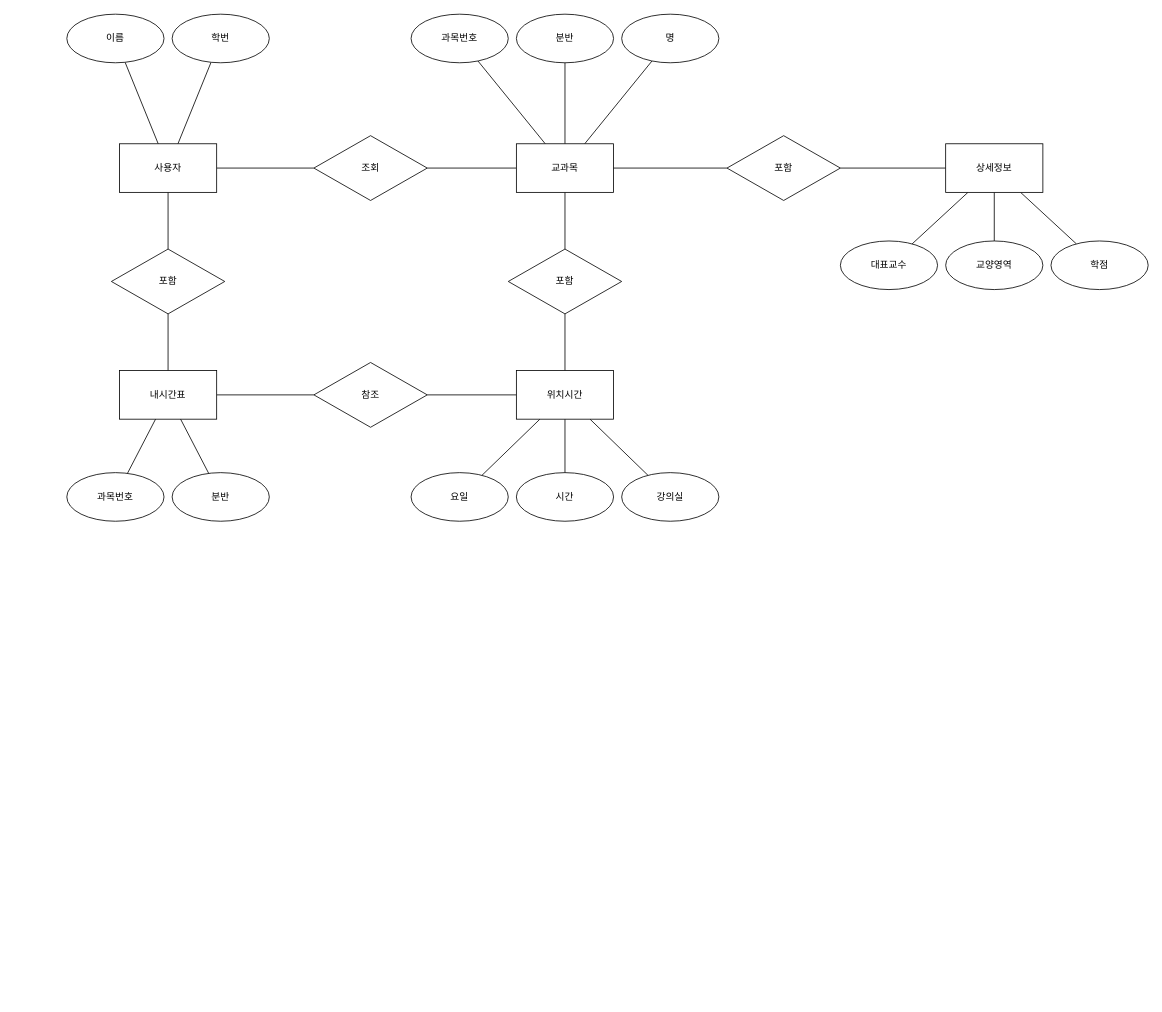
Above: Untitled Diagram.drawio in Skoooo/webmafia (draw.io), before the change. Source tidied: cells renumbered, new cells numbered last; positions are measured from the earlier drawing's top-left corner, leaving out a move shared by most shapes. Both pictures are drawn from the tidied source at 81%, with x=0, y=0 at pixel (66, 14).
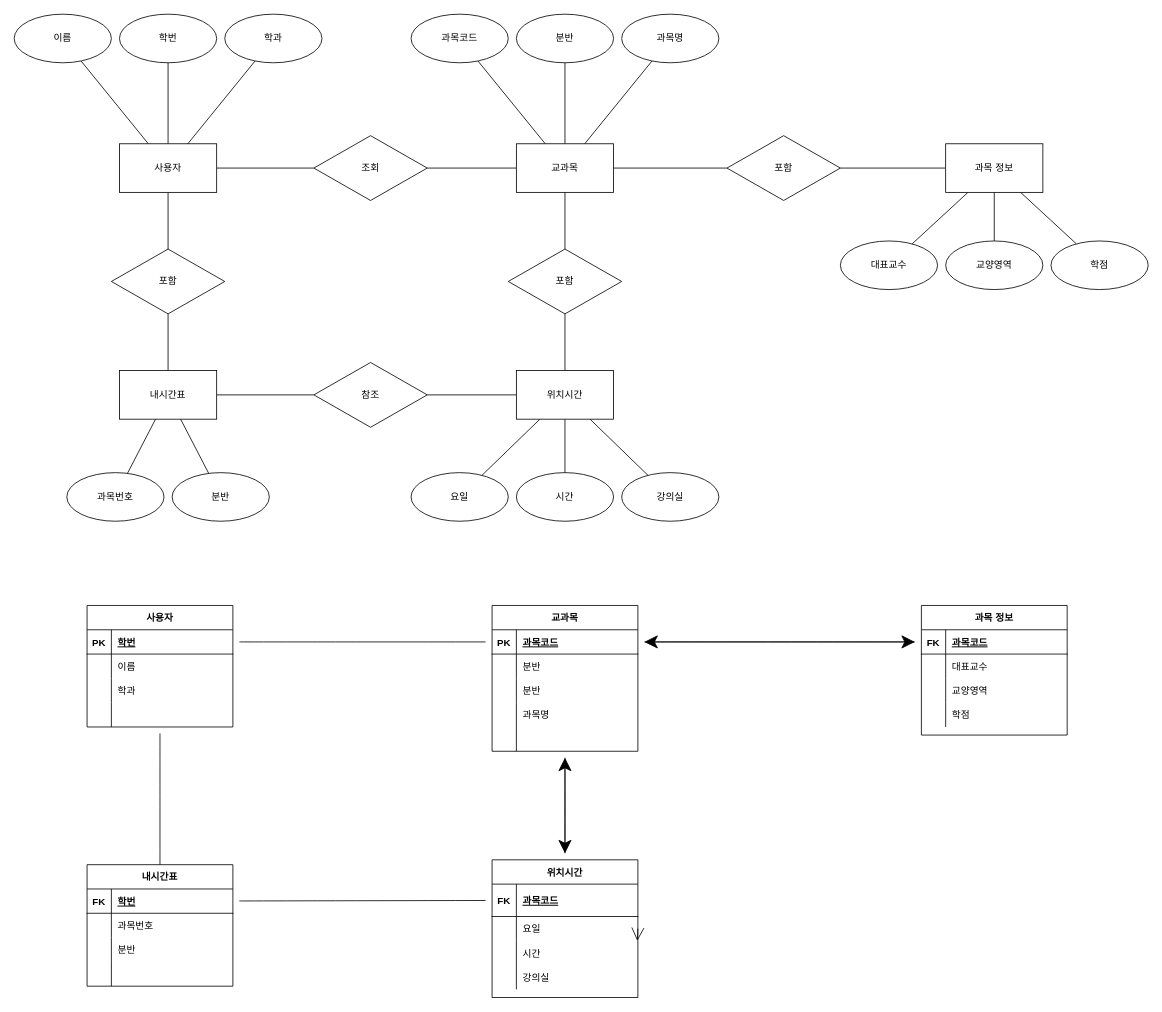
Above is the later version.

Unchanged cells that the change refers to:
```xml
<mxCell id="10" value="사용자" style="rounded=0;whiteSpace=wrap;html=1;" parent="1" vertex="1">
  <mxGeometry x="65" y="160" width="120" height="60" as="geometry" />
</mxCell>
```

Change to the diagram source:
```diff
@@
     <mxCell id="11" value="이름" style="ellipse;whiteSpace=wrap;html=1;rounded=0;" parent="1" vertex="1">
-      <mxGeometry width="120" height="60" as="geometry" />
+      <mxGeometry x="-65" width="120" height="60" as="geometry" />
     </mxCell>
     <mxCell id="12" value="학번" style="ellipse;whiteSpace=wrap;html=1;rounded=0;" parent="1" vertex="1">
-      <mxGeometry x="130" width="120" height="60" as="geometry" />
+      <mxGeometry x="65" width="120" height="60" as="geometry" />
     </mxCell>
@@
-    <mxCell id="22" value="명" style="ellipse;whiteSpace=wrap;html=1;rounded=0;" parent="1" vertex="1">
+    <mxCell id="22" value="과목명" style="ellipse;whiteSpace=wrap;html=1;rounded=0;" parent="1" vertex="1">
       <mxGeometry x="685" width="120" height="60" as="geometry" />
     </mxCell>
-    <mxCell id="23" value="과목번호" style="ellipse;whiteSpace=wrap;html=1;rounded=0;" parent="1" vertex="1">
+    <mxCell id="23" value="과목코드" style="ellipse;whiteSpace=wrap;html=1;rounded=0;" parent="1" vertex="1">
       <mxGeometry x="425" width="120" height="60" as="geometry" />
     </mxCell>
@@
-    <mxCell id="38" value="상세정보" style="rounded=0;whiteSpace=wrap;html=1;" parent="1" vertex="1">
+    <mxCell id="38" value="과목 정보" style="rounded=0;whiteSpace=wrap;html=1;" parent="1" vertex="1">
       <mxGeometry x="1085" y="160" width="120" height="60" as="geometry" />
     </mxCell>
@@
+    <mxCell id="51" value="사용자" style="shape=table;startSize=30;childLayout=tableLayout;rowLines=0;fontStyle=1;align=center;hachureGap=4;" parent="1" vertex="1">
+      <mxGeometry x="25" y="730" width="180" height="150" as="geometry" />
+    </mxCell>
+    <mxCell id="52" style="shape=partialRectangle;fillColor=none;top=0;left=0;bottom=1;right=0;points=[[0,0.5],[1,0.5]];portConstraint=eastwest;" parent="51" vertex="1">
+      <mxGeometry y="30" width="180" height="30" as="geometry" />
+    </mxCell>
+    <mxCell id="53" value="PK" style="shape=partialRectangle;fillColor=none;top=0;left=0;bottom=0;right=0;fontStyle=1;overflow=hidden;" parent="52" vertex="1">
+      <mxGeometry width="30" height="30" as="geometry" />
+    </mxCell>
+    <mxCell id="54" value="학번" style="shape=partialRectangle;fillColor=none;top=0;left=0;bottom=0;right=0;align=left;spacingLeft=6;fontStyle=5;overflow=hidden;" parent="52" vertex="1">
+      <mxGeometry x="30" width="150" height="30" as="geometry" />
+    </mxCell>
+    <mxCell id="55" style="shape=partialRectangle;fillColor=none;top=0;left=0;bottom=0;right=0;points=[[0,0.5],[1,0.5]];portConstraint=eastwest;" parent="51" vertex="1">
+      <mxGeometry y="60" width="180" height="30" as="geometry" />
+    </mxCell>
+    <mxCell id="56" style="shape=partialRectangle;fillColor=none;top=0;left=0;bottom=0;right=0;overflow=hidden;" parent="55" vertex="1">
+      <mxGeometry width="30" height="30" as="geometry" />
+    </mxCell>
+    <mxCell id="57" value="이름" style="shape=partialRectangle;fillColor=none;top=0;left=0;bottom=0;right=0;align=left;spacingLeft=6;overflow=hidden;" parent="55" vertex="1">
+      <mxGeometry x="30" width="150" height="30" as="geometry" />
+    </mxCell>
+    <mxCell id="58" style="shape=partialRectangle;fillColor=none;top=0;left=0;bottom=0;right=0;" parent="51" vertex="1">
+      <mxGeometry y="90" width="180" height="30" as="geometry" />
+    </mxCell>
+    <mxCell id="59" style="shape=partialRectangle;fillColor=none;top=0;left=0;bottom=0;right=0;overflow=hidden;" parent="58" vertex="1">
+      <mxGeometry width="30" height="30" as="geometry" />
+    </mxCell>
+    <mxCell id="60" value="학과" style="shape=partialRectangle;fillColor=none;top=0;left=0;bottom=0;right=0;align=left;spacingLeft=6;overflow=hidden;" parent="58" vertex="1">
+      <mxGeometry x="30" width="150" height="30" as="geometry" />
+    </mxCell>
+    <mxCell id="61" style="shape=partialRectangle;fillColor=none;top=0;left=0;bottom=0;right=0;points=[[0,0.5],[1,0.5]];portConstraint=eastwest;" parent="51" vertex="1">
+      <mxGeometry y="120" width="180" height="30" as="geometry" />
+    </mxCell>
+    <mxCell id="62" style="shape=partialRectangle;fillColor=none;top=0;left=0;bottom=0;right=0;overflow=hidden;" parent="61" vertex="1">
+      <mxGeometry width="30" height="30" as="geometry" />
+    </mxCell>
+    <mxCell id="63" style="shape=partialRectangle;fillColor=none;top=0;left=0;bottom=0;right=0;align=left;spacingLeft=6;overflow=hidden;" parent="61" vertex="1">
+      <mxGeometry x="30" width="150" height="30" as="geometry" />
+    </mxCell>
+    <mxCell id="64" value="학과" style="ellipse;whiteSpace=wrap;html=1;rounded=0;" parent="1" vertex="1">
+      <mxGeometry x="195" width="120" height="60" as="geometry" />
+    </mxCell>
+    <mxCell id="65" style="rounded=0;jettySize=auto;html=1;endArrow=none;endFill=0;" parent="1" edge="1" source="10" target="64">
+      <mxGeometry relative="1" as="geometry" />
+    </mxCell>
+    <mxCell id="66" value="교과목" style="shape=table;startSize=30;childLayout=tableLayout;rowLines=0;fontStyle=1;align=center;hachureGap=4;" parent="1" vertex="1">
+      <mxGeometry x="525" y="730" width="180" height="180" as="geometry" />
+    </mxCell>
+    <mxCell id="67" style="shape=partialRectangle;fillColor=none;top=0;left=0;bottom=1;right=0;points=[[0,0.5],[1,0.5]];portConstraint=eastwest;" parent="66" vertex="1">
+      <mxGeometry y="30" width="180" height="30" as="geometry" />
+    </mxCell>
+    <mxCell id="68" value="PK" style="shape=partialRectangle;fillColor=none;top=0;left=0;bottom=0;right=0;fontStyle=1;overflow=hidden;" parent="67" vertex="1">
+      <mxGeometry width="30" height="30" as="geometry" />
+    </mxCell>
+    <mxCell id="69" value="과목코드" style="shape=partialRectangle;fillColor=none;top=0;left=0;bottom=0;right=0;align=left;spacingLeft=6;fontStyle=5;overflow=hidden;" parent="67" vertex="1">
+      <mxGeometry x="30" width="150" height="30" as="geometry" />
+    </mxCell>
+    <mxCell id="70" style="shape=partialRectangle;fillColor=none;top=0;left=0;bottom=0;right=0;" parent="66" vertex="1">
+      <mxGeometry y="60" width="180" height="30" as="geometry" />
+    </mxCell>
+    <mxCell id="71" style="shape=partialRectangle;fillColor=none;top=0;left=0;bottom=0;right=0;overflow=hidden;" parent="70" vertex="1">
+      <mxGeometry width="30" height="30" as="geometry" />
+    </mxCell>
+    <mxCell id="72" value="분반" style="shape=partialRectangle;fillColor=none;top=0;left=0;bottom=0;right=0;align=left;spacingLeft=6;overflow=hidden;" parent="70" vertex="1">
+      <mxGeometry x="30" width="150" height="30" as="geometry" />
+    </mxCell>
+    <mxCell id="73" style="shape=partialRectangle;fillColor=none;top=0;left=0;bottom=0;right=0;" parent="66" vertex="1">
+      <mxGeometry y="90" width="180" height="30" as="geometry" />
+    </mxCell>
+    <mxCell id="74" style="shape=partialRectangle;fillColor=none;top=0;left=0;bottom=0;right=0;overflow=hidden;" parent="73" vertex="1">
+      <mxGeometry width="30" height="30" as="geometry" />
+    </mxCell>
+    <mxCell id="75" value="분반" style="shape=partialRectangle;fillColor=none;top=0;left=0;bottom=0;right=0;align=left;spacingLeft=6;overflow=hidden;" parent="73" vertex="1">
+      <mxGeometry x="30" width="150" height="30" as="geometry" />
+    </mxCell>
+    <mxCell id="76" style="shape=partialRectangle;fillColor=none;top=0;left=0;bottom=0;right=0;" parent="66" vertex="1">
+      <mxGeometry y="120" width="180" height="30" as="geometry" />
+    </mxCell>
+    <mxCell id="77" style="shape=partialRectangle;fillColor=none;top=0;left=0;bottom=0;right=0;overflow=hidden;" parent="76" vertex="1">
+      <mxGeometry width="30" height="30" as="geometry" />
+    </mxCell>
+    <mxCell id="78" value="과목명" style="shape=partialRectangle;fillColor=none;top=0;left=0;bottom=0;right=0;align=left;spacingLeft=6;overflow=hidden;" parent="76" vertex="1">
+      <mxGeometry x="30" width="150" height="30" as="geometry" />
+    </mxCell>
+    <mxCell id="79" style="shape=partialRectangle;fillColor=none;top=0;left=0;bottom=0;right=0;points=[[0,0.5],[1,0.5]];portConstraint=eastwest;" parent="66" vertex="1">
+      <mxGeometry y="150" width="180" height="30" as="geometry" />
+    </mxCell>
+    <mxCell id="80" style="shape=partialRectangle;fillColor=none;top=0;left=0;bottom=0;right=0;overflow=hidden;" parent="79" vertex="1">
+      <mxGeometry width="30" height="30" as="geometry" />
+    </mxCell>
+    <mxCell id="81" style="shape=partialRectangle;fillColor=none;top=0;left=0;bottom=0;right=0;align=left;spacingLeft=6;overflow=hidden;" parent="79" vertex="1">
+      <mxGeometry x="30" width="150" height="30" as="geometry" />
+    </mxCell>
+    <mxCell id="82" value="과목 정보" style="shape=table;startSize=30;childLayout=tableLayout;rowLines=0;fontStyle=1;align=center;hachureGap=4;" parent="1" vertex="1">
+      <mxGeometry x="1055" y="730" width="180" height="160" as="geometry" />
+    </mxCell>
+    <mxCell id="83" style="shape=partialRectangle;fillColor=none;top=0;left=0;bottom=1;right=0;points=[[0,0.5],[1,0.5]];portConstraint=eastwest;" parent="82" vertex="1">
+      <mxGeometry y="30" width="180" height="30" as="geometry" />
+    </mxCell>
+    <mxCell id="84" value="FK" style="shape=partialRectangle;fillColor=none;top=0;left=0;bottom=0;right=0;fontStyle=1;overflow=hidden;" parent="83" vertex="1">
+      <mxGeometry width="30" height="30" as="geometry" />
+    </mxCell>
+    <mxCell id="85" value="과목코드" style="shape=partialRectangle;fillColor=none;top=0;left=0;bottom=0;right=0;align=left;spacingLeft=6;fontStyle=5;overflow=hidden;" parent="83" vertex="1">
+      <mxGeometry x="30" width="150" height="30" as="geometry" />
+    </mxCell>
+    <mxCell id="86" style="shape=partialRectangle;fillColor=none;top=0;left=0;bottom=0;right=0;strokeColor=default;" parent="82" vertex="1">
+      <mxGeometry y="60" width="180" height="30" as="geometry" />
+    </mxCell>
+    <mxCell id="87" style="shape=partialRectangle;fillColor=none;top=0;left=0;bottom=0;right=0;overflow=hidden;" parent="86" vertex="1">
+      <mxGeometry width="30" height="30" as="geometry" />
+    </mxCell>
+    <mxCell id="88" value="대표교수" style="shape=partialRectangle;fillColor=none;top=0;left=0;bottom=0;right=0;align=left;spacingLeft=6;overflow=hidden;" parent="86" vertex="1">
+      <mxGeometry x="30" width="150" height="30" as="geometry" />
+    </mxCell>
+    <mxCell id="89" style="shape=partialRectangle;fillColor=none;top=0;left=0;bottom=0;right=0;" parent="82" vertex="1">
+      <mxGeometry y="90" width="180" height="30" as="geometry" />
+    </mxCell>
+    <mxCell id="90" style="shape=partialRectangle;fillColor=none;top=0;left=0;bottom=0;right=0;overflow=hidden;" parent="89" vertex="1">
+      <mxGeometry width="30" height="30" as="geometry" />
+    </mxCell>
+    <mxCell id="91" value="교양영역" style="shape=partialRectangle;fillColor=none;top=0;left=0;bottom=0;right=0;align=left;spacingLeft=6;overflow=hidden;" parent="89" vertex="1">
+      <mxGeometry x="30" width="150" height="30" as="geometry" />
+    </mxCell>
+    <mxCell id="92" style="shape=partialRectangle;fillColor=none;top=0;left=0;bottom=0;right=0;" parent="82" vertex="1">
+      <mxGeometry y="120" width="180" height="30" as="geometry" />
+    </mxCell>
+    <mxCell id="93" style="shape=partialRectangle;fillColor=none;top=0;left=0;bottom=0;right=0;overflow=hidden;" parent="92" vertex="1">
+      <mxGeometry width="30" height="30" as="geometry" />
+    </mxCell>
+    <mxCell id="94" value="학점" style="shape=partialRectangle;fillColor=none;top=0;left=0;bottom=0;right=0;align=left;spacingLeft=6;overflow=hidden;" parent="92" vertex="1">
+      <mxGeometry x="30" width="150" height="30" as="geometry" />
+    </mxCell>
+    <mxCell id="95" value="내시간표" style="shape=table;startSize=30;childLayout=tableLayout;rowLines=0;fontStyle=1;align=center;hachureGap=4;" parent="1" vertex="1">
+      <mxGeometry x="25" y="1050" width="180" height="150" as="geometry" />
+    </mxCell>
+    <mxCell id="96" style="shape=partialRectangle;fillColor=none;top=0;left=0;bottom=1;right=0;points=[[0,0.5],[1,0.5]];portConstraint=eastwest;" parent="95" vertex="1">
+      <mxGeometry y="30" width="180" height="30" as="geometry" />
+    </mxCell>
+    <mxCell id="97" value="FK" style="shape=partialRectangle;fillColor=none;top=0;left=0;bottom=0;right=0;fontStyle=1;overflow=hidden;" parent="96" vertex="1">
+      <mxGeometry width="30" height="30" as="geometry" />
+    </mxCell>
+    <mxCell id="98" value="학번" style="shape=partialRectangle;fillColor=none;top=0;left=0;bottom=0;right=0;align=left;spacingLeft=6;fontStyle=5;overflow=hidden;" parent="96" vertex="1">
+      <mxGeometry x="30" width="150" height="30" as="geometry" />
+    </mxCell>
+    <mxCell id="99" style="shape=partialRectangle;fillColor=none;top=0;left=0;bottom=0;right=0;" parent="95" vertex="1">
+      <mxGeometry y="60" width="180" height="30" as="geometry" />
+    </mxCell>
+    <mxCell id="100" style="shape=partialRectangle;fillColor=none;top=0;left=0;bottom=0;right=0;overflow=hidden;" parent="99" vertex="1">
+      <mxGeometry width="30" height="30" as="geometry" />
+    </mxCell>
+    <mxCell id="101" value="과목번호" style="shape=partialRectangle;fillColor=none;top=0;left=0;bottom=0;right=0;align=left;spacingLeft=6;overflow=hidden;" parent="99" vertex="1">
+      <mxGeometry x="30" width="150" height="30" as="geometry" />
+    </mxCell>
+    <mxCell id="102" style="shape=partialRectangle;fillColor=none;top=0;left=0;bottom=0;right=0;" parent="95" vertex="1">
+      <mxGeometry y="90" width="180" height="30" as="geometry" />
+    </mxCell>
+    <mxCell id="103" style="shape=partialRectangle;fillColor=none;top=0;left=0;bottom=0;right=0;overflow=hidden;" parent="102" vertex="1">
+      <mxGeometry width="30" height="30" as="geometry" />
+    </mxCell>
+    <mxCell id="104" value="분반" style="shape=partialRectangle;fillColor=none;top=0;left=0;bottom=0;right=0;align=left;spacingLeft=6;overflow=hidden;" parent="102" vertex="1">
+      <mxGeometry x="30" width="150" height="30" as="geometry" />
+    </mxCell>
+    <mxCell id="105" style="shape=partialRectangle;fillColor=none;top=0;left=0;bottom=0;right=0;" parent="95" vertex="1">
+      <mxGeometry y="120" width="180" height="30" as="geometry" />
+    </mxCell>
+    <mxCell id="106" style="shape=partialRectangle;fillColor=none;top=0;left=0;bottom=0;right=0;overflow=hidden;" parent="105" vertex="1">
+      <mxGeometry width="30" height="30" as="geometry" />
+    </mxCell>
+    <mxCell id="107" style="shape=partialRectangle;fillColor=none;top=0;left=0;bottom=0;right=0;align=left;spacingLeft=6;overflow=hidden;" parent="105" vertex="1">
+      <mxGeometry x="30" width="150" height="30" as="geometry" />
+    </mxCell>
+    <mxCell id="108" style="edgeStyle=none;curved=1;rounded=0;jettySize=auto;html=1;endArrow=classic;endFill=1;startSize=14;endSize=14;sourcePerimeterSpacing=8;targetPerimeterSpacing=8;" parent="1" edge="1" source="109" target="79">
+      <mxGeometry relative="1" as="geometry" />
+    </mxCell>
+    <mxCell id="109" value="위치시간" style="shape=table;startSize=30;childLayout=tableLayout;rowLines=0;fontStyle=1;align=center;hachureGap=4;strokeColor=default;" parent="1" vertex="1">
+      <mxGeometry x="525" y="1044" width="180" height="170" as="geometry" />
+    </mxCell>
+    <mxCell id="110" style="shape=partialRectangle;fillColor=none;top=0;left=0;bottom=1;right=0;points=[[0,0.5],[1,0.5]];portConstraint=eastwest;" parent="109" vertex="1">
+      <mxGeometry y="30" width="180" height="40" as="geometry" />
+    </mxCell>
+    <mxCell id="111" value="FK" style="shape=partialRectangle;fillColor=none;top=0;left=0;bottom=0;right=0;fontStyle=1;overflow=hidden;" parent="110" vertex="1">
+      <mxGeometry width="30" height="40" as="geometry" />
+    </mxCell>
+    <mxCell id="112" value="과목코드" style="shape=partialRectangle;fillColor=none;top=0;left=0;bottom=0;right=0;align=left;spacingLeft=6;fontStyle=5;overflow=hidden;" parent="110" vertex="1">
+      <mxGeometry x="30" width="150" height="40" as="geometry" />
+    </mxCell>
+    <mxCell id="113" style="edgeStyle=none;curved=1;rounded=0;jettySize=auto;html=1;exitX=1;exitY=0.5;exitDx=0;exitDy=0;entryX=0.996;entryY=0;entryDx=0;entryDy=0;entryPerimeter=0;endArrow=open;startSize=14;endSize=14;sourcePerimeterSpacing=8;targetPerimeterSpacing=8;" parent="109" edge="1" source="114" target="117">
+      <mxGeometry relative="1" as="geometry" />
+    </mxCell>
+    <mxCell id="114" style="shape=partialRectangle;fillColor=none;top=0;left=0;bottom=0;right=0;points=[[0,0.5],[1,0.5]];portConstraint=eastwest;" parent="109" vertex="1">
+      <mxGeometry y="70" width="180" height="30" as="geometry" />
+    </mxCell>
+    <mxCell id="115" style="shape=partialRectangle;fillColor=none;top=0;left=0;bottom=0;right=0;overflow=hidden;" parent="114" vertex="1">
+      <mxGeometry width="30" height="30" as="geometry" />
+    </mxCell>
+    <mxCell id="116" value="요일" style="shape=partialRectangle;fillColor=none;top=0;left=0;bottom=0;right=0;align=left;spacingLeft=6;overflow=hidden;" parent="114" vertex="1">
+      <mxGeometry x="30" width="150" height="30" as="geometry" />
+    </mxCell>
+    <mxCell id="117" style="shape=partialRectangle;fillColor=none;top=0;left=0;bottom=0;right=0;points=[[0,0.5],[1,0.5]];portConstraint=eastwest;" parent="109" vertex="1">
+      <mxGeometry y="100" width="180" height="30" as="geometry" />
+    </mxCell>
+    <mxCell id="118" style="shape=partialRectangle;fillColor=none;top=0;left=0;bottom=0;right=0;overflow=hidden;" parent="117" vertex="1">
+      <mxGeometry width="30" height="30" as="geometry" />
+    </mxCell>
+    <mxCell id="119" value="시간" style="shape=partialRectangle;fillColor=none;top=0;left=0;bottom=0;right=0;align=left;spacingLeft=6;overflow=hidden;" parent="117" vertex="1">
+      <mxGeometry x="30" width="150" height="30" as="geometry" />
+    </mxCell>
+    <mxCell id="120" style="shape=partialRectangle;fillColor=none;top=0;left=0;bottom=0;right=0;" parent="109" vertex="1">
+      <mxGeometry y="130" width="180" height="30" as="geometry" />
+    </mxCell>
+    <mxCell id="121" style="shape=partialRectangle;fillColor=none;top=0;left=0;bottom=0;right=0;overflow=hidden;" parent="120" vertex="1">
+      <mxGeometry width="30" height="30" as="geometry" />
+    </mxCell>
+    <mxCell id="122" value="강의실" style="shape=partialRectangle;fillColor=none;top=0;left=0;bottom=0;right=0;align=left;spacingLeft=6;overflow=hidden;" parent="120" vertex="1">
+      <mxGeometry x="30" width="150" height="30" as="geometry" />
+    </mxCell>
+    <mxCell id="123" style="edgeStyle=none;curved=1;rounded=0;jettySize=auto;html=1;endArrow=open;startSize=14;endSize=14;sourcePerimeterSpacing=8;targetPerimeterSpacing=8;strokeColor=none;" parent="1" edge="1" source="55" target="66">
+      <mxGeometry relative="1" as="geometry" />
+    </mxCell>
+    <mxCell id="124" style="edgeStyle=none;curved=1;rounded=0;jettySize=auto;html=1;endArrow=none;startSize=14;endSize=14;sourcePerimeterSpacing=8;targetPerimeterSpacing=8;endFill=0;" parent="1" edge="1" source="52" target="67">
+      <mxGeometry relative="1" as="geometry" />
+    </mxCell>
+    <mxCell id="125" style="edgeStyle=none;curved=1;rounded=0;jettySize=auto;html=1;endArrow=classic;endFill=1;startSize=14;endSize=14;sourcePerimeterSpacing=8;targetPerimeterSpacing=8;" parent="1" edge="1" source="67" target="83">
+      <mxGeometry relative="1" as="geometry" />
+    </mxCell>
+    <mxCell id="126" style="edgeStyle=none;curved=1;rounded=0;jettySize=auto;html=1;endArrow=classic;endFill=1;startSize=14;endSize=14;sourcePerimeterSpacing=8;targetPerimeterSpacing=8;" parent="1" edge="1" source="83" target="67">
+      <mxGeometry relative="1" as="geometry" />
+    </mxCell>
+    <mxCell id="127" style="edgeStyle=none;curved=1;rounded=0;jettySize=auto;html=1;endArrow=classic;endFill=1;startSize=14;endSize=14;sourcePerimeterSpacing=8;targetPerimeterSpacing=8;" parent="1" edge="1" source="79" target="109">
+      <mxGeometry relative="1" as="geometry" />
+    </mxCell>
+    <mxCell id="128" style="edgeStyle=none;curved=1;rounded=0;jettySize=auto;html=1;entryX=0.5;entryY=0;entryDx=0;entryDy=0;endArrow=none;endFill=0;startSize=14;endSize=14;sourcePerimeterSpacing=8;targetPerimeterSpacing=8;" parent="1" edge="1" source="61" target="95">
+      <mxGeometry relative="1" as="geometry" />
+    </mxCell>
+    <mxCell id="129" style="edgeStyle=none;curved=1;rounded=0;jettySize=auto;html=1;endArrow=none;endFill=0;startSize=14;endSize=14;sourcePerimeterSpacing=8;targetPerimeterSpacing=8;" parent="1" edge="1" source="96" target="110">
+      <mxGeometry relative="1" as="geometry" />
+    </mxCell>
```
